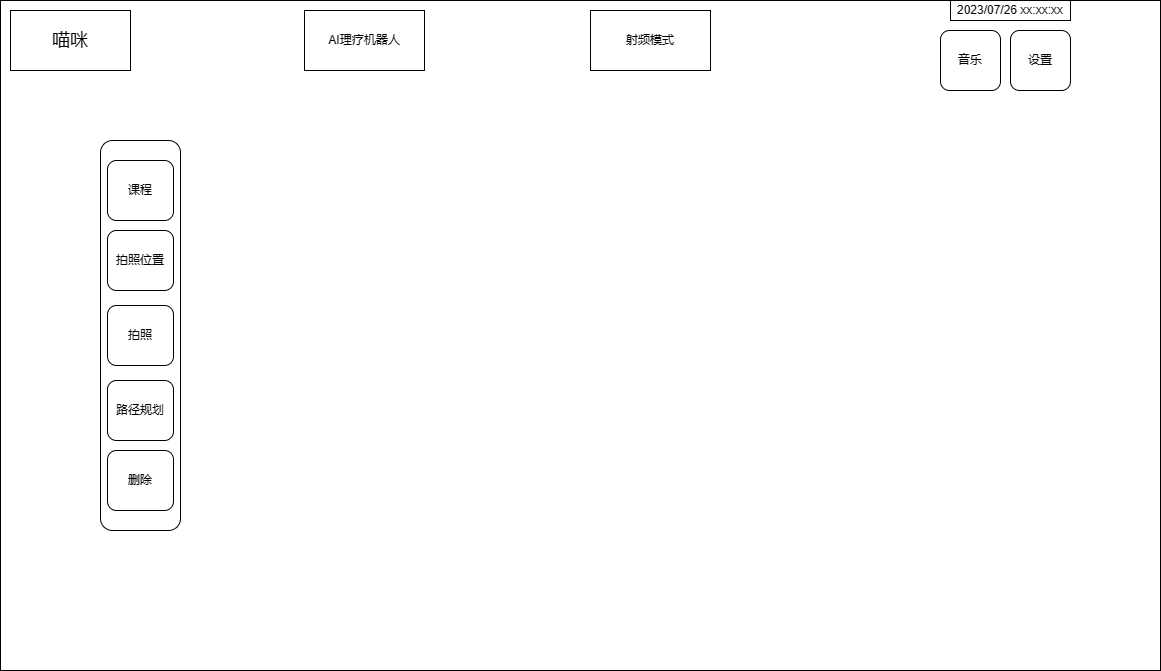
Durpe/Drawio keeps this draw.io diagram as MiaoMiRadio.png. Above is the earlier version. Source tidied: cells renumbered, new cells last; positions are measured from the earlier drawing's top-left corner, leaving out a move shared by most shapes.
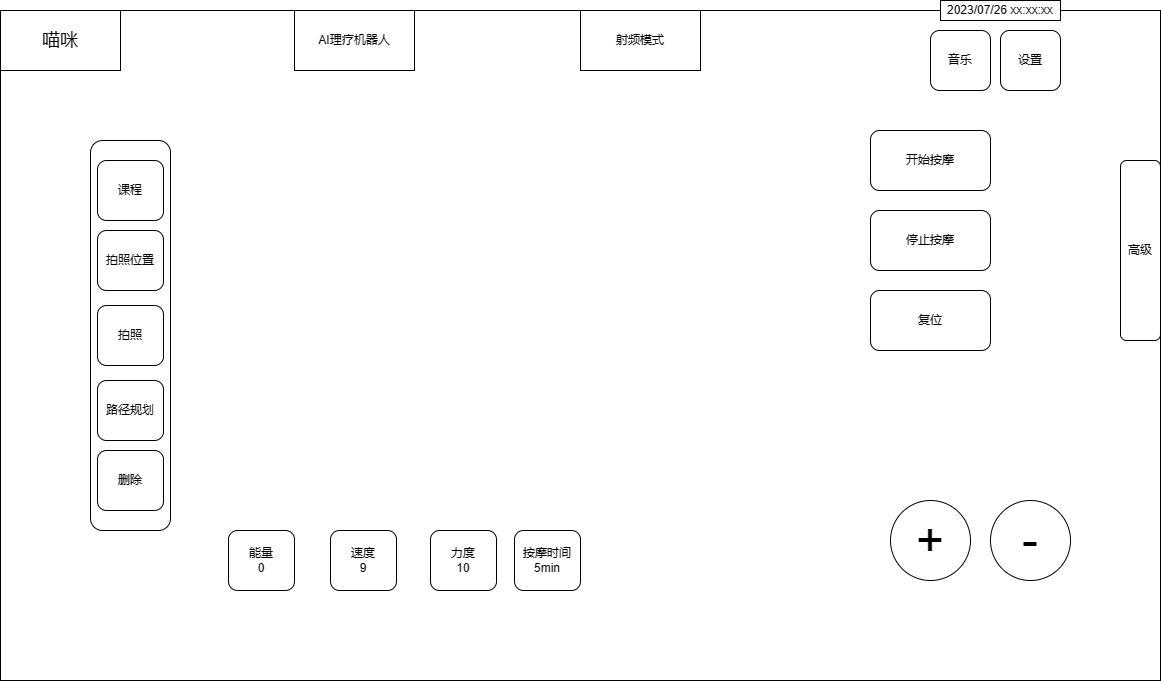
After the commit.

Diff of the diagram source:
```diff
@@ -3,7 +3,7 @@
     <mxCell id="0" />
     <mxCell id="1" parent="0" />
     <mxCell id="2" style="rounded=0;whiteSpace=wrap;html=1;" parent="1" vertex="1">
-      <mxGeometry width="1160" height="670" as="geometry" />
+      <mxGeometry x="10" y="10" width="1160" height="670" as="geometry" />
     </mxCell>
     <mxCell id="3" value="&lt;font style=&quot;font-size: 18px;&quot;&gt;喵咪&lt;/font&gt;" style="rounded=0;whiteSpace=wrap;html=1;" parent="1" vertex="1">
       <mxGeometry x="10" y="10" width="120" height="60" as="geometry" />
@@ -41,5 +41,35 @@
     <mxCell id="14" value="设置" style="rounded=1;whiteSpace=wrap;html=1;" parent="1" vertex="1">
       <mxGeometry x="1010" y="30" width="60" height="60" as="geometry" />
     </mxCell>
+    <mxCell id="15" value="开始按摩" style="rounded=1;whiteSpace=wrap;html=1;" parent="1" vertex="1">
+      <mxGeometry x="880" y="130" width="120" height="60" as="geometry" />
+    </mxCell>
+    <mxCell id="16" value="停止按摩" style="rounded=1;whiteSpace=wrap;html=1;" parent="1" vertex="1">
+      <mxGeometry x="880" y="210" width="120" height="60" as="geometry" />
+    </mxCell>
+    <mxCell id="17" value="复位" style="rounded=1;whiteSpace=wrap;html=1;" parent="1" vertex="1">
+      <mxGeometry x="880" y="290" width="120" height="60" as="geometry" />
+    </mxCell>
+    <mxCell id="18" value="高级" style="rounded=1;whiteSpace=wrap;html=1;" parent="1" vertex="1">
+      <mxGeometry x="1130" y="160" width="40" height="180" as="geometry" />
+    </mxCell>
+    <mxCell id="19" value="能量&lt;br&gt;0" style="rounded=1;whiteSpace=wrap;html=1;" parent="1" vertex="1">
+      <mxGeometry x="238" y="530" width="66" height="60" as="geometry" />
+    </mxCell>
+    <mxCell id="20" value="速度&lt;br&gt;9" style="rounded=1;whiteSpace=wrap;html=1;" parent="1" vertex="1">
+      <mxGeometry x="340" y="530" width="66" height="60" as="geometry" />
+    </mxCell>
+    <mxCell id="21" value="按摩时间&lt;br&gt;5min" style="rounded=1;whiteSpace=wrap;html=1;" parent="1" vertex="1">
+      <mxGeometry x="524" y="530" width="66" height="60" as="geometry" />
+    </mxCell>
+    <mxCell id="22" value="力度&lt;br&gt;10" style="rounded=1;whiteSpace=wrap;html=1;" parent="1" vertex="1">
+      <mxGeometry x="440" y="530" width="66" height="60" as="geometry" />
+    </mxCell>
+    <mxCell id="23" value="&lt;font style=&quot;font-size: 48px;&quot;&gt;-&lt;/font&gt;" style="ellipse;whiteSpace=wrap;html=1;" parent="1" vertex="1">
+      <mxGeometry x="1000" y="500" width="80" height="80" as="geometry" />
+    </mxCell>
+    <mxCell id="24" value="&lt;font style=&quot;font-size: 48px;&quot;&gt;+&lt;/font&gt;" style="ellipse;whiteSpace=wrap;html=1;" parent="1" vertex="1">
+      <mxGeometry x="900" y="500" width="80" height="80" as="geometry" />
+    </mxCell>
   </root>
 </mxGraphModel>
```
